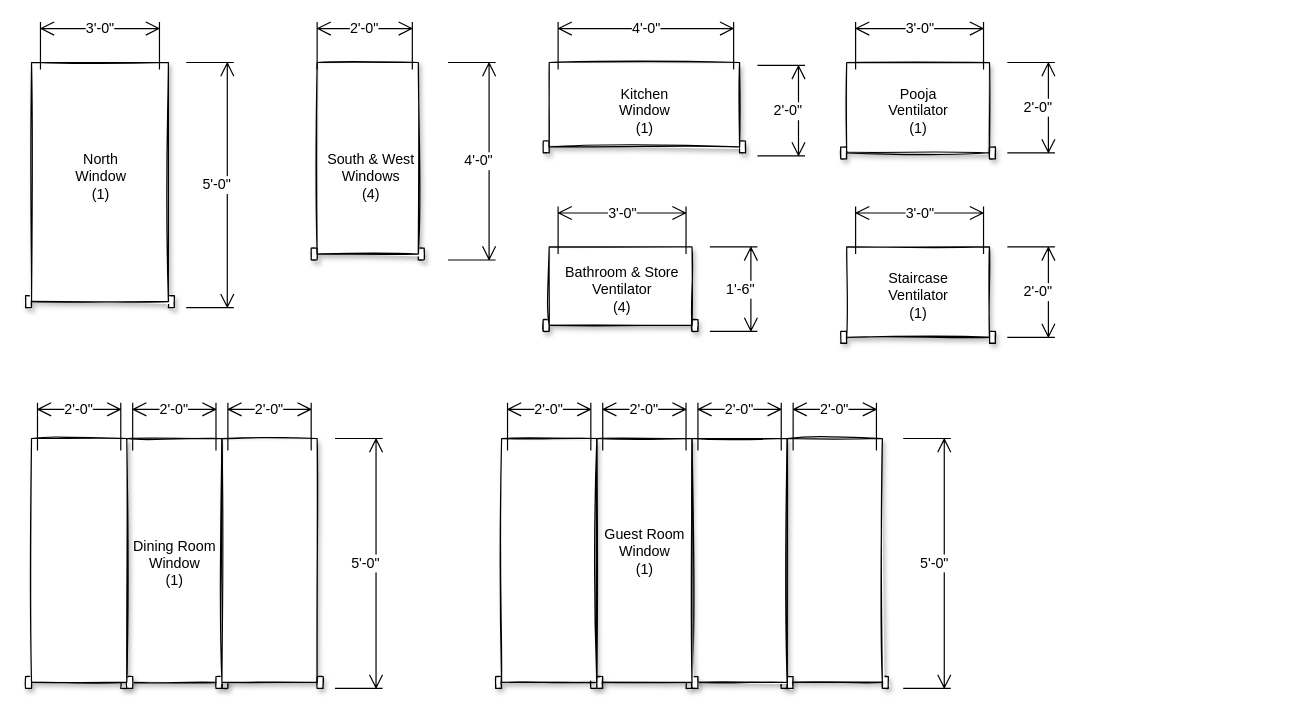
Before: page "GF Windows" (2 of 4) of Doors_Windows.drawio in gudiseva/arvind, a draw.io diagram. Source tidied: cells renumbered, new cells numbered last; positions are measured from the earlier drawing's top-left corner, leaving out a move shared by most shapes. Both pictures are drawn from the tidied source at 119%, with x=0, y=0 at pixel (25, 21).
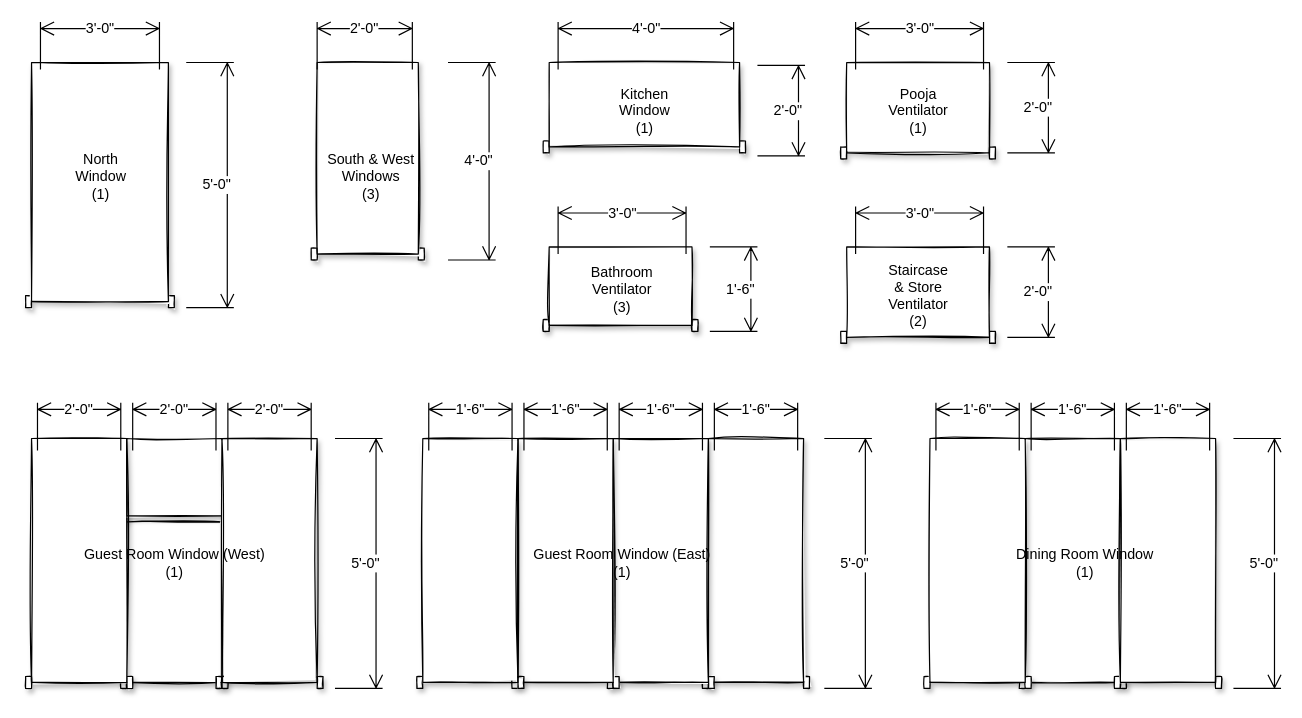
Above is the later version.

Diff of the diagram source:
```diff
@@
     <mxCell id="2" style="verticalLabelPosition=bottom;html=1;verticalAlign=top;align=center;shape=mxgraph.floorplan.doorOverhead;shadow=1;sketch=1;gradientColor=none;" parent="1" vertex="1">
-      <mxGeometry x="635" y="350" width="90" height="210" as="geometry" />
+      <mxGeometry x="568.8" y="350" width="90" height="210" as="geometry" />
     </mxCell>
     <mxCell id="3" style="verticalLabelPosition=bottom;html=1;verticalAlign=top;align=center;shape=mxgraph.floorplan.doorOverhead;shadow=1;sketch=1;gradientColor=none;" parent="1" vertex="1">
-      <mxGeometry x="555" y="350" width="90" height="210" as="geometry" />
+      <mxGeometry x="488.8" y="350" width="90" height="210" as="geometry" />
     </mxCell>
     <mxCell id="4" style="verticalLabelPosition=bottom;html=1;verticalAlign=top;align=center;shape=mxgraph.floorplan.doorOverhead;shadow=1;sketch=1;gradientColor=none;" parent="1" vertex="1">
-      <mxGeometry x="475" y="350" width="90" height="210" as="geometry" />
+      <mxGeometry x="408.8" y="350" width="90" height="210" as="geometry" />
     </mxCell>
     <mxCell id="5" style="verticalLabelPosition=bottom;html=1;verticalAlign=top;align=center;shape=mxgraph.floorplan.doorOverhead;shadow=1;sketch=1;gradientColor=none;" parent="1" vertex="1">
-      <mxGeometry x="395" y="350" width="90" height="210" as="geometry" />
+      <mxGeometry x="328.8" y="350" width="90" height="210" as="geometry" />
     </mxCell>
     <mxCell id="6" style="verticalLabelPosition=bottom;html=1;verticalAlign=top;align=center;shape=mxgraph.floorplan.doorOverhead;shadow=1;sketch=1;gradientColor=none;" parent="1" vertex="1">
-      <mxGeometry x="80" y="350" width="90" height="210" as="geometry" />
+      <mxGeometry x="835" y="350" width="90" height="210" as="geometry" />
     </mxCell>
     <mxCell id="7" style="verticalLabelPosition=bottom;html=1;verticalAlign=top;align=center;shape=mxgraph.floorplan.doorOverhead;shadow=1;sketch=1;gradientColor=none;" parent="1" vertex="1">
-      <mxGeometry x="160" y="350" width="90" height="210" as="geometry" />
+      <mxGeometry x="915" y="350" width="90" height="210" as="geometry" />
     </mxCell>
@@
     <mxCell id="12" value="5'-0&quot;" style="shape=dimension;direction=north;whiteSpace=wrap;html=1;align=right;verticalAlign=middle;labelBackgroundColor=#ffffff;shadow=0;sketch=0;gradientColor=none;" parent="1" vertex="1">
-      <mxGeometry x="737.5" y="350" width="40" height="210" as="geometry" />
+      <mxGeometry x="671.2" y="350" width="40" height="210" as="geometry" />
     </mxCell>
-    <mxCell id="13" value="Guest Room&lt;br&gt;Window&lt;br&gt;(1)" style="text;html=1;align=center;verticalAlign=middle;fillColor=none;strokeColor=none;rounded=0;shadow=0;sketch=0;" parent="1" vertex="1">
-      <mxGeometry x="480" y="420" width="80" height="50" as="geometry" />
+    <mxCell id="13" value="Guest Room Window (East)&lt;br&gt;(1)" style="text;html=1;align=center;verticalAlign=middle;fillColor=none;strokeColor=none;rounded=0;shadow=0;sketch=0;" parent="1" vertex="1">
+      <mxGeometry x="421.2" y="440" width="160" height="30" as="geometry" />
     </mxCell>
@@
-    <mxCell id="17" value="South &amp;amp; West&lt;br&gt;Windows&lt;br&gt;(4)" style="text;html=1;align=center;verticalAlign=middle;fillColor=none;strokeColor=none;rounded=0;shadow=0;sketch=0;" parent="1" vertex="1">
+    <mxCell id="17" value="South &amp;amp; West&lt;br&gt;Windows&lt;br&gt;(3)" style="text;html=1;align=center;verticalAlign=middle;fillColor=none;strokeColor=none;rounded=0;shadow=0;sketch=0;" parent="1" vertex="1">
       <mxGeometry x="245" y="105" width="90" height="50" as="geometry" />
     </mxCell>
     <mxCell id="18" style="verticalLabelPosition=bottom;html=1;verticalAlign=top;align=center;shape=mxgraph.floorplan.doorOverhead;shadow=1;sketch=1;gradientColor=none;" parent="1" vertex="1">
-      <mxGeometry y="350" width="90" height="210" as="geometry" />
+      <mxGeometry x="755" y="350" width="90" height="210" as="geometry" />
     </mxCell>
     <mxCell id="19" value="5'-0&quot;" style="shape=dimension;direction=north;whiteSpace=wrap;html=1;align=right;verticalAlign=middle;labelBackgroundColor=#ffffff;shadow=0;sketch=0;gradientColor=none;" parent="1" vertex="1">
-      <mxGeometry x="260" y="350" width="40" height="210" as="geometry" />
+      <mxGeometry x="1015" y="350" width="40" height="210" as="geometry" />
     </mxCell>
-    <mxCell id="20" value="2'-0&quot;" style="shape=dimension;direction=west;whiteSpace=wrap;html=1;align=center;verticalAlign=top;spacingTop=-8;labelBackgroundColor=#ffffff;" parent="1" vertex="1">
-      <mxGeometry x="10" y="320" width="70" height="40" as="geometry" />
+    <mxCell id="20" value="1'-6&quot;" style="shape=dimension;direction=west;whiteSpace=wrap;html=1;align=center;verticalAlign=top;spacingTop=-8;labelBackgroundColor=#ffffff;" parent="1" vertex="1">
+      <mxGeometry x="765" y="320" width="70" height="40" as="geometry" />
     </mxCell>
-    <mxCell id="21" value="2'-0&quot;" style="shape=dimension;direction=west;whiteSpace=wrap;html=1;align=center;verticalAlign=top;spacingTop=-8;labelBackgroundColor=#ffffff;" parent="1" vertex="1">
-      <mxGeometry x="90" y="320" width="70" height="40" as="geometry" />
+    <mxCell id="21" value="1'-6&quot;" style="shape=dimension;direction=west;whiteSpace=wrap;html=1;align=center;verticalAlign=top;spacingTop=-8;labelBackgroundColor=#ffffff;" parent="1" vertex="1">
+      <mxGeometry x="845" y="320" width="70" height="40" as="geometry" />
     </mxCell>
-    <mxCell id="22" value="2'-0&quot;" style="shape=dimension;direction=west;whiteSpace=wrap;html=1;align=center;verticalAlign=top;spacingTop=-8;labelBackgroundColor=#ffffff;" parent="1" vertex="1">
-      <mxGeometry x="170" y="320" width="70" height="40" as="geometry" />
+    <mxCell id="22" value="1'-6&quot;" style="shape=dimension;direction=west;whiteSpace=wrap;html=1;align=center;verticalAlign=top;spacingTop=-8;labelBackgroundColor=#ffffff;" parent="1" vertex="1">
+      <mxGeometry x="925" y="320" width="70" height="40" as="geometry" />
     </mxCell>
@@
-    <mxCell id="30" value="Bathroom &amp;amp; Store&lt;br&gt;Ventilator&lt;br&gt;(4)" style="text;html=1;align=center;verticalAlign=middle;fillColor=none;strokeColor=none;rounded=0;shadow=0;sketch=0;" parent="1" vertex="1">
-      <mxGeometry x="446.2" y="200" width="110" height="50" as="geometry" />
+    <mxCell id="30" value="Bathroom&lt;br&gt;Ventilator&lt;br&gt;(3)" style="text;html=1;align=center;verticalAlign=middle;fillColor=none;strokeColor=none;rounded=0;shadow=0;sketch=0;" parent="1" vertex="1">
+      <mxGeometry x="466.2" y="200" width="70" height="50" as="geometry" />
     </mxCell>
-    <mxCell id="31" value="Dining Room&lt;br&gt;Window&lt;br&gt;(1)" style="text;html=1;align=center;verticalAlign=middle;fillColor=none;strokeColor=none;rounded=0;shadow=0;sketch=0;" parent="1" vertex="1">
-      <mxGeometry x="85" y="430" width="80" height="50" as="geometry" />
-    </mxCell>
@@
-    <mxCell id="36" value="2'-0&quot;" style="shape=dimension;direction=west;whiteSpace=wrap;html=1;align=center;verticalAlign=top;spacingTop=-8;labelBackgroundColor=#ffffff;" parent="1" vertex="1">
-      <mxGeometry x="405" y="320" width="70" height="40" as="geometry" />
+    <mxCell id="36" value="1'-6&quot;" style="shape=dimension;direction=west;whiteSpace=wrap;html=1;align=center;verticalAlign=top;spacingTop=-8;labelBackgroundColor=#ffffff;" parent="1" vertex="1">
+      <mxGeometry x="338.8" y="320" width="70" height="40" as="geometry" />
     </mxCell>
-    <mxCell id="37" value="2'-0&quot;" style="shape=dimension;direction=west;whiteSpace=wrap;html=1;align=center;verticalAlign=top;spacingTop=-8;labelBackgroundColor=#ffffff;" parent="1" vertex="1">
-      <mxGeometry x="485" y="320" width="70" height="40" as="geometry" />
+    <mxCell id="37" value="1'-6&quot;" style="shape=dimension;direction=west;whiteSpace=wrap;html=1;align=center;verticalAlign=top;spacingTop=-8;labelBackgroundColor=#ffffff;" parent="1" vertex="1">
+      <mxGeometry x="418.8" y="320" width="70" height="40" as="geometry" />
     </mxCell>
-    <mxCell id="38" value="2'-0&quot;" style="shape=dimension;direction=west;whiteSpace=wrap;html=1;align=center;verticalAlign=top;spacingTop=-8;labelBackgroundColor=#ffffff;" parent="1" vertex="1">
-      <mxGeometry x="565" y="320" width="70" height="40" as="geometry" />
+    <mxCell id="38" value="1'-6&quot;" style="shape=dimension;direction=west;whiteSpace=wrap;html=1;align=center;verticalAlign=top;spacingTop=-8;labelBackgroundColor=#ffffff;" parent="1" vertex="1">
+      <mxGeometry x="498.8" y="320" width="70" height="40" as="geometry" />
     </mxCell>
-    <mxCell id="39" value="2'-0&quot;" style="shape=dimension;direction=west;whiteSpace=wrap;html=1;align=center;verticalAlign=top;spacingTop=-8;labelBackgroundColor=#ffffff;" parent="1" vertex="1">
-      <mxGeometry x="645" y="320" width="70" height="40" as="geometry" />
+    <mxCell id="39" value="1'-6&quot;" style="shape=dimension;direction=west;whiteSpace=wrap;html=1;align=center;verticalAlign=top;spacingTop=-8;labelBackgroundColor=#ffffff;" parent="1" vertex="1">
+      <mxGeometry x="578.8" y="320" width="70" height="40" as="geometry" />
     </mxCell>
@@
-    <mxCell id="43" value="Staircase&lt;br&gt;Ventilator&lt;br&gt;(1)" style="text;html=1;align=center;verticalAlign=middle;fillColor=none;strokeColor=none;rounded=0;shadow=0;sketch=0;" parent="1" vertex="1">
-      <mxGeometry x="715" y="204.5" width="70" height="50" as="geometry" />
+    <mxCell id="43" value="Staircase&lt;br&gt;&amp;amp; Store&lt;br&gt;Ventilator&lt;br&gt;(2)" style="text;html=1;align=center;verticalAlign=middle;fillColor=none;strokeColor=none;rounded=0;shadow=0;sketch=0;" parent="1" vertex="1">
+      <mxGeometry x="715" y="199.5" width="70" height="60" as="geometry" />
     </mxCell>
+    <mxCell id="44" style="verticalLabelPosition=bottom;html=1;verticalAlign=top;align=center;shape=mxgraph.floorplan.doorOverhead;shadow=1;sketch=1;gradientColor=none;" parent="1" vertex="1">
+      <mxGeometry x="80" y="420" width="90" height="140" as="geometry" />
+    </mxCell>
+    <mxCell id="45" style="verticalLabelPosition=bottom;html=1;verticalAlign=top;align=center;shape=mxgraph.floorplan.doorOverhead;shadow=1;sketch=1;gradientColor=none;" parent="1" vertex="1">
+      <mxGeometry x="80" y="350" width="90" height="70" as="geometry" />
+    </mxCell>
+    <mxCell id="46" style="verticalLabelPosition=bottom;html=1;verticalAlign=top;align=center;shape=mxgraph.floorplan.doorOverhead;shadow=1;sketch=1;gradientColor=none;" parent="1" vertex="1">
+      <mxGeometry x="160" y="350" width="90" height="210" as="geometry" />
+    </mxCell>
+    <mxCell id="47" style="verticalLabelPosition=bottom;html=1;verticalAlign=top;align=center;shape=mxgraph.floorplan.doorOverhead;shadow=1;sketch=1;gradientColor=none;" parent="1" vertex="1">
+      <mxGeometry y="350" width="90" height="210" as="geometry" />
+    </mxCell>
+    <mxCell id="48" value="5'-0&quot;" style="shape=dimension;direction=north;whiteSpace=wrap;html=1;align=right;verticalAlign=middle;labelBackgroundColor=#ffffff;shadow=0;sketch=0;gradientColor=none;" parent="1" vertex="1">
+      <mxGeometry x="260" y="350" width="40" height="210" as="geometry" />
+    </mxCell>
+    <mxCell id="49" value="2'-0&quot;" style="shape=dimension;direction=west;whiteSpace=wrap;html=1;align=center;verticalAlign=top;spacingTop=-8;labelBackgroundColor=#ffffff;" parent="1" vertex="1">
+      <mxGeometry x="10" y="320" width="70" height="40" as="geometry" />
+    </mxCell>
+    <mxCell id="50" value="2'-0&quot;" style="shape=dimension;direction=west;whiteSpace=wrap;html=1;align=center;verticalAlign=top;spacingTop=-8;labelBackgroundColor=#ffffff;" parent="1" vertex="1">
+      <mxGeometry x="90" y="320" width="70" height="40" as="geometry" />
+    </mxCell>
+    <mxCell id="51" value="2'-0&quot;" style="shape=dimension;direction=west;whiteSpace=wrap;html=1;align=center;verticalAlign=top;spacingTop=-8;labelBackgroundColor=#ffffff;" parent="1" vertex="1">
+      <mxGeometry x="170" y="320" width="70" height="40" as="geometry" />
+    </mxCell>
+    <mxCell id="52" value="Guest Room Window (West)&lt;br&gt;(1)" style="text;html=1;align=center;verticalAlign=middle;fillColor=none;strokeColor=none;rounded=0;shadow=0;sketch=0;" parent="1" vertex="1">
+      <mxGeometry x="40" y="440" width="170" height="30" as="geometry" />
+    </mxCell>
+    <mxCell id="31" value="Dining Room Window&lt;br&gt;(1)" style="text;html=1;align=center;verticalAlign=middle;fillColor=none;strokeColor=none;rounded=0;shadow=0;sketch=0;" parent="1" vertex="1">
+      <mxGeometry x="825" y="440" width="130" height="30" as="geometry" />
+    </mxCell>
```
